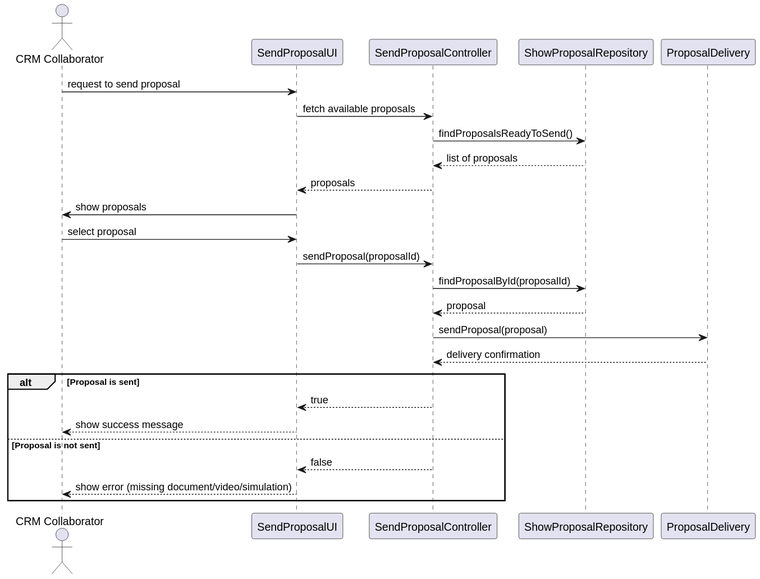
diogoveirospro/sem4pi-2024-2025-sem4pi_2024_2025_g44 keeps this PlantUML diagram as docs/SPRINT_3/US316/images/sequence_diagram_us316.svg. Above is the earlier version.
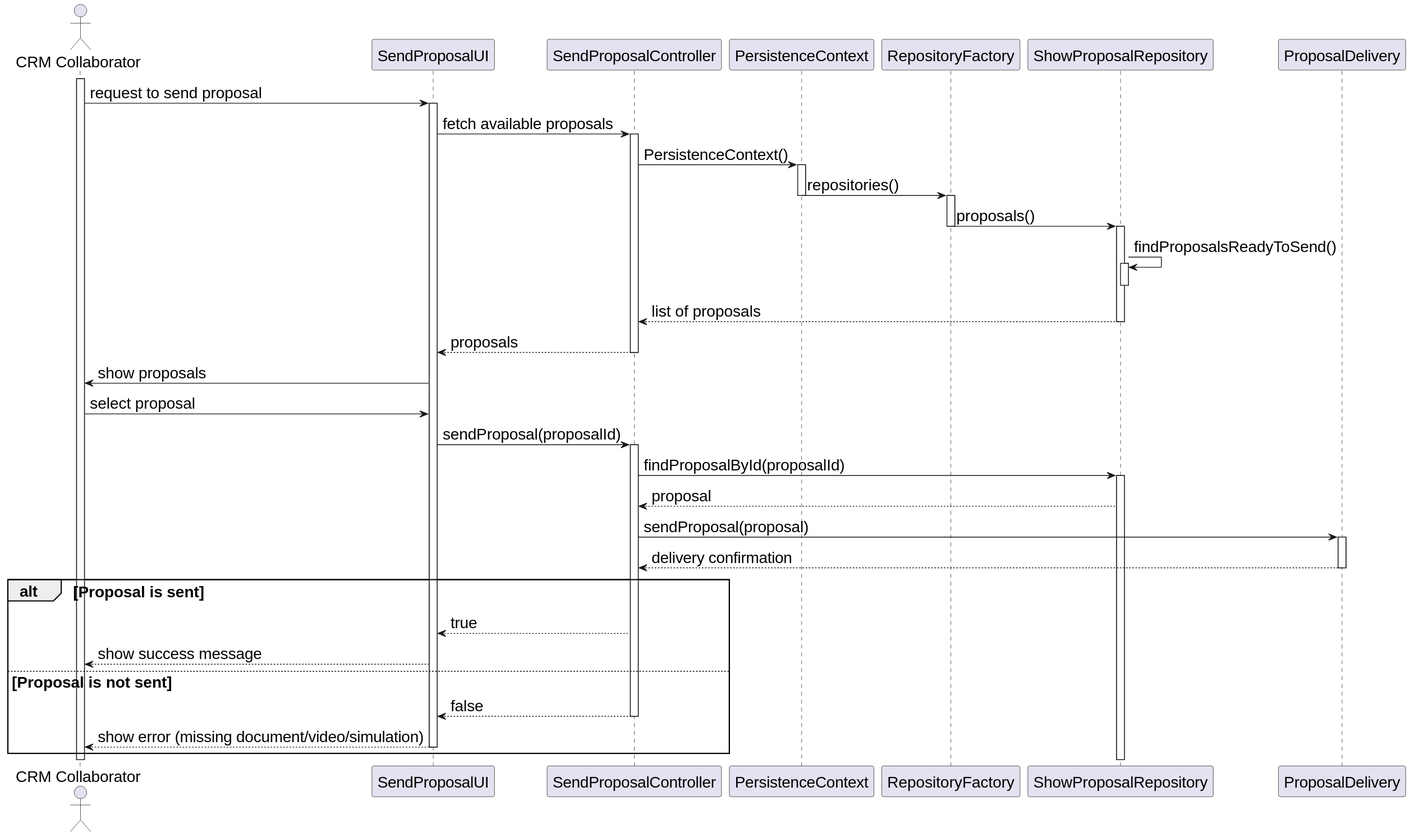
After the commit.

Diff of the diagram source:
```diff
@@ -1,31 +1,67 @@
 @startuml
+skinparamlocked defaultFontSize 20
 actor "CRM Collaborator" as User
 participant "SendProposalUI" as UI
 participant "SendProposalController" as Controller
+participant "PersistenceContext" as Persistence
+participant "RepositoryFactory" as Factory
 participant "ShowProposalRepository" as Repo
 participant "ProposalDelivery" as Delivery
 
+activate User
+
 User -> UI : request to send proposal
+activate UI
+
 UI -> Controller : fetch available proposals
-Controller -> Repo : findProposalsReadyToSend()
+activate Controller
+
+Controller -> Persistence : PersistenceContext()
+activate Persistence
+
+Persistence -> Factory : repositories()
+deactivate Persistence
+
+activate Factory
+Factory -> Repo : proposals()
+deactivate Factory
+
+activate Repo
+Repo -> Repo : findProposalsReadyToSend()
+activate Repo
+deactivate Repo
+
 Repo --> Controller : list of proposals
+deactivate Repo
+
 Controller --> UI : proposals
+deactivate Controller
 
 UI -> User : show proposals
 User -> UI : select proposal
 
 UI -> Controller : sendProposal(proposalId)
+activate Controller
+
 Controller -> Repo : findProposalById(proposalId)
+activate Repo
+
 Repo --> Controller : proposal
 
+Controller -> Delivery : sendProposal(proposal)
+activate Delivery
 
-Controller -> Delivery : sendProposal(proposal)
 Delivery --> Controller : delivery confirmation
+deactivate Delivery
+
 alt Proposal is sent
     Controller --> UI : true
     UI --> User : show success message
 else Proposal is not sent
     Controller --> UI : false
+    deactivate Controller
+
     UI --> User : show error (missing document/video/simulation)
+    deactivate UI
 end
 @enduml
```
